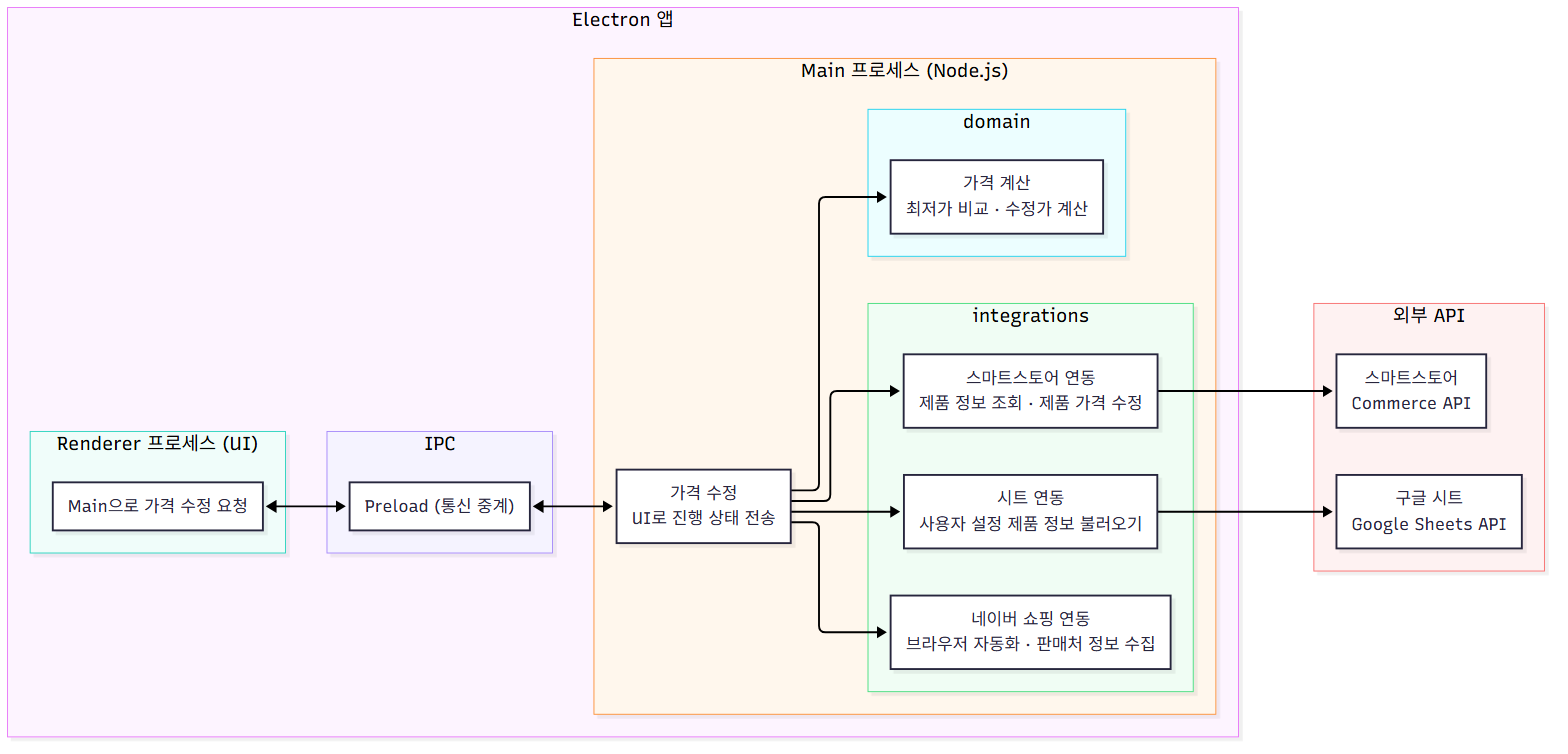
Before: assets/architecture.png, a diagram exported from Mermaid (J8rl-Chik/smartstore-price-bot). Its source is kept beside it as assets/architecture.mmd.
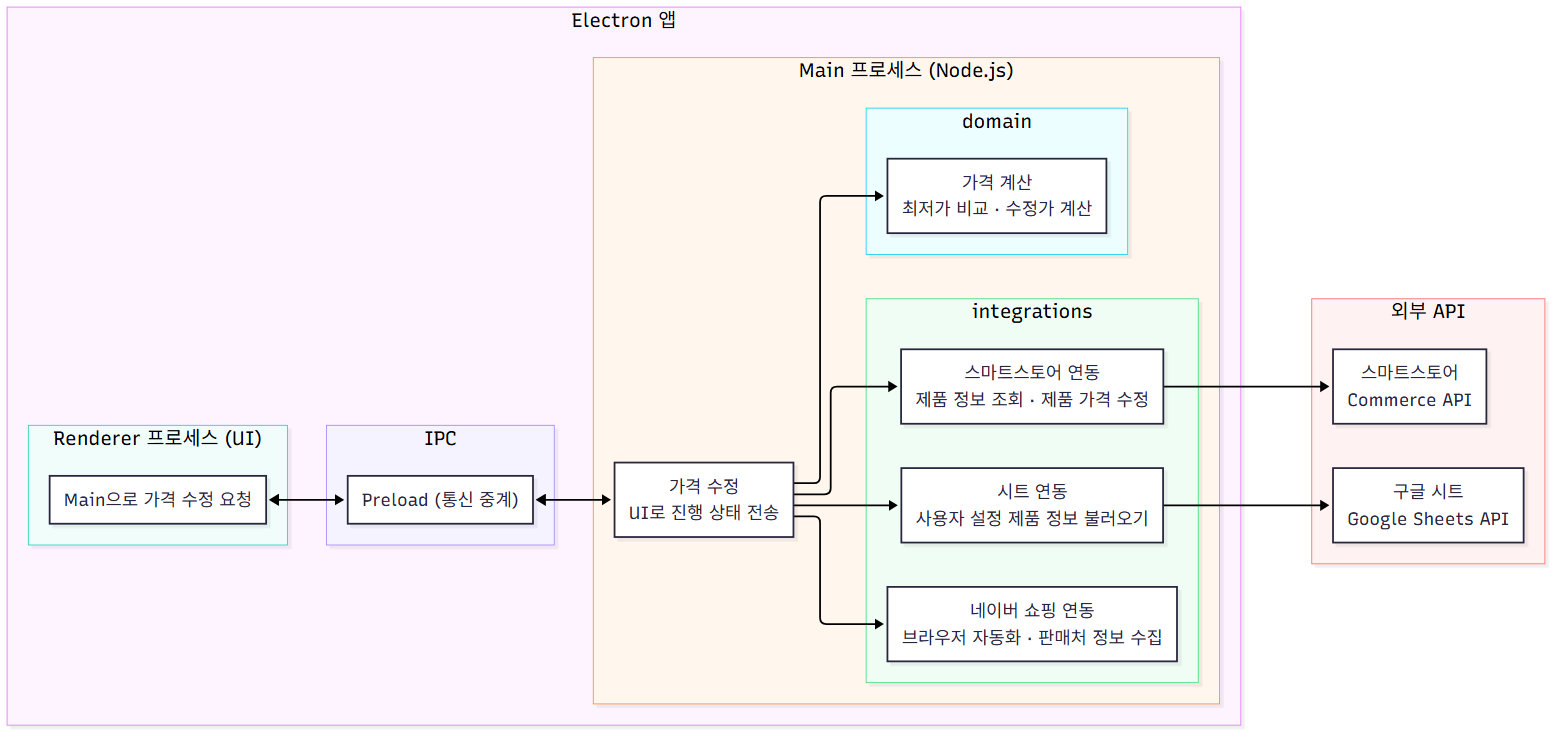
Later version of the same file.

Commit message:
docs: architecture 다이어그램 글자 크기 변경

- 노드 글자를 18px에서 20px로 변경
- subgraph 제목을 20px에서 22px로 변경

The edit, as a diff of the source:
```diff
@@ -1,4 +1,4 @@
-%%{init: {"flowchart": {"htmlLabels": false, "wrappingWidth": 400}, "themeVariables": {"fontSize": "18px"}, "themeCSS": ".cluster-label text { font-size: 20px; font-weight: bold; }"}}%%
+%%{init: {"flowchart": {"htmlLabels": false, "wrappingWidth": 400}, "themeVariables": {"fontSize": "20px"}, "themeCSS": ".cluster-label text { font-size: 22px; font-weight: bold; }"}}%%
 flowchart LR
   subgraph Electron["Electron 앱"]
     direction LR
```
